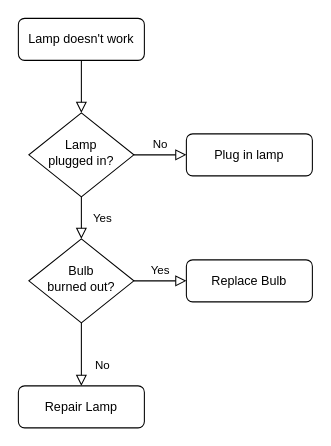
The draw.io diagram docs/Untitled Diagram.drawio in oleeefr/P11-front-end-search-engine, before the edit. Source tidied: cells renumbered, new cells numbered last; positions are measured from the earlier drawing's top-left corner, leaving out a move shared by most shapes. Both pictures are drawn from the tidied source at 105%, with x=0, y=0 at pixel (18, 18).
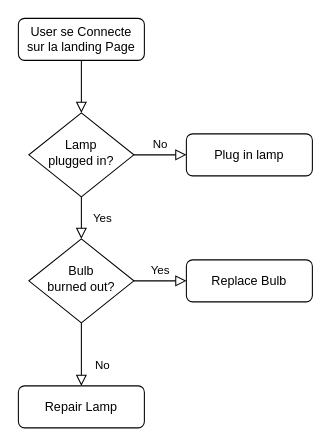
The same page after the edit.

What changed in the source:
```diff
@@
 <mxGraphModel>
   <root>
     <mxCell id="0" />
     <mxCell id="1" parent="0" />
     <mxCell id="2" style="rounded=0;html=1;jettySize=auto;fontSize=11;endArrow=block;endFill=0;endSize=8;strokeWidth=1;shadow=0;labelBackgroundColor=none;edgeStyle=orthogonalEdgeStyle;" parent="1" edge="1" source="3" target="6">
       <mxGeometry relative="1" as="geometry" />
     </mxCell>
-    <mxCell id="3" value="Lamp doesn't work" style="rounded=1;whiteSpace=wrap;html=1;fontSize=12;glass=0;strokeWidth=1;shadow=0;" parent="1" vertex="1">
+    <mxCell id="3" value="User se Connecte&lt;br&gt;sur la landing Page" style="rounded=1;whiteSpace=wrap;html=1;fontSize=12;glass=0;strokeWidth=1;shadow=0;" parent="1" vertex="1">
       <mxGeometry width="120" height="40" as="geometry" />
     </mxCell>
     <mxCell id="4" value="Yes" style="rounded=0;html=1;jettySize=auto;fontSize=11;endArrow=block;endFill=0;endSize=8;strokeWidth=1;shadow=0;labelBackgroundColor=none;edgeStyle=orthogonalEdgeStyle;" parent="1" edge="1" source="6" target="10">
       <mxGeometry y="20" relative="1" as="geometry" />
     </mxCell>
     <mxCell id="5" value="No" style="edgeStyle=orthogonalEdgeStyle;rounded=0;html=1;jettySize=auto;fontSize=11;endArrow=block;endFill=0;endSize=8;strokeWidth=1;shadow=0;labelBackgroundColor=none;" parent="1" edge="1" source="6" target="7">
       <mxGeometry y="10" relative="1" as="geometry" />
     </mxCell>
     <mxCell id="6" value="Lamp&lt;br&gt;plugged in?" style="rhombus;whiteSpace=wrap;html=1;shadow=0;fontFamily=Helvetica;fontSize=12;align=center;strokeWidth=1;spacing=6;spacingTop=-4;" parent="1" vertex="1">
       <mxGeometry x="10" y="90" width="100" height="80" as="geometry" />
     </mxCell>
     <mxCell id="7" value="Plug in lamp" style="rounded=1;whiteSpace=wrap;html=1;fontSize=12;glass=0;strokeWidth=1;shadow=0;" parent="1" vertex="1">
       <mxGeometry x="160" y="110" width="120" height="40" as="geometry" />
     </mxCell>
     <mxCell id="8" value="No" style="rounded=0;html=1;jettySize=auto;fontSize=11;endArrow=block;endFill=0;endSize=8;strokeWidth=1;shadow=0;labelBackgroundColor=none;edgeStyle=orthogonalEdgeStyle;" parent="1" edge="1" source="10" target="11">
       <mxGeometry x="0.33" y="20" relative="1" as="geometry" />
     </mxCell>
     <mxCell id="9" value="Yes" style="edgeStyle=orthogonalEdgeStyle;rounded=0;html=1;jettySize=auto;fontSize=11;endArrow=block;endFill=0;endSize=8;strokeWidth=1;shadow=0;labelBackgroundColor=none;" parent="1" edge="1" source="10" target="12">
       <mxGeometry y="10" relative="1" as="geometry" />
     </mxCell>
     <mxCell id="10" value="Bulb&lt;br&gt;burned out?" style="rhombus;whiteSpace=wrap;html=1;shadow=0;fontFamily=Helvetica;fontSize=12;align=center;strokeWidth=1;spacing=6;spacingTop=-4;" parent="1" vertex="1">
       <mxGeometry x="10" y="210" width="100" height="80" as="geometry" />
     </mxCell>
     <mxCell id="11" value="Repair Lamp" style="rounded=1;whiteSpace=wrap;html=1;fontSize=12;glass=0;strokeWidth=1;shadow=0;" parent="1" vertex="1">
       <mxGeometry y="350" width="120" height="40" as="geometry" />
     </mxCell>
     <mxCell id="12" value="Replace Bulb" style="rounded=1;whiteSpace=wrap;html=1;fontSize=12;glass=0;strokeWidth=1;shadow=0;" parent="1" vertex="1">
       <mxGeometry x="160" y="230" width="120" height="40" as="geometry" />
     </mxCell>
   </root>
 </mxGraphModel>
```
